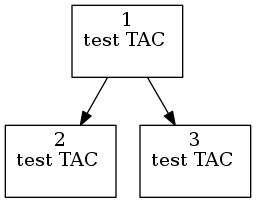
This is assignment_3/ir.png from DahVoid/DV1655, a Graphviz export, as it was before one commit. Its source is kept beside it as assignment_3/ir.dot.
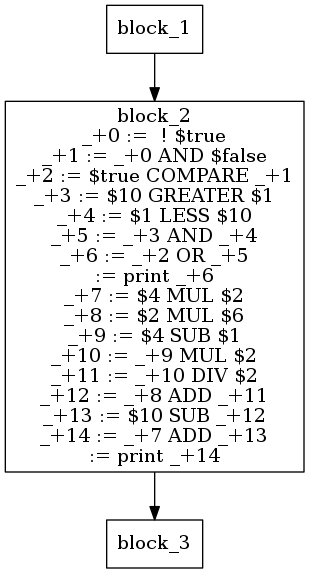
The same file after the commit.

Commit message:
Bytecode for logic print

Change to the diagram source:
```diff
@@ -1,17 +1,27 @@
 digraph G {
 node [shape = box];
-1 [label="1
-test TAC
-
+block_1 [label="block_1
 "];
-1 -> 2;
-2 [label="2
-test TAC
-
+block_1 -> block_2;
+block_2 [label="block_2
+_+0 :=  ! $true
+_+1 := _+0 AND $false
+_+2 := $true COMPARE _+1
+_+3 := $10 GREATER $1
+_+4 := $1 LESS $10
+_+5 := _+3 AND _+4
+_+6 := _+2 OR _+5
+ := print _+6
+_+7 := $4 MUL $2
+_+8 := $2 MUL $6
+_+9 := $4 SUB $1
+_+10 := _+9 MUL $2
+_+11 := _+10 DIV $2
+_+12 := _+8 ADD _+11
+_+13 := $10 SUB _+12
+_+14 := _+7 ADD _+13
+ := print _+14
 "];
-1 -> 3;
-3 [label="3
-test TAC
-
-"];
+block_3[label = "block_3"]
+block_2 -> block_3;
 }
```
